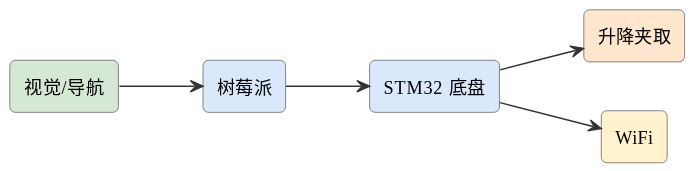
mingyi0818/IntelligentMcuCourse keeps this PlantUML diagram as assets/diagrams/ideas-fig34.svg. Above is the earlier version.
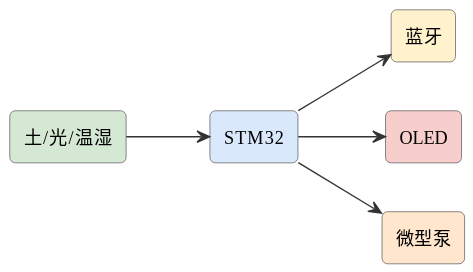
After the change.

What changed in the source:
```diff
@@ -6,13 +6,13 @@
 skinparam arrowFontSize 11
 skinparam arrowColor #333
 left to right direction
-rectangle "视觉/导航" as nav #d5e8d4
-rectangle "树莓派" as pi #dae8fc
-rectangle "STM32 底盘" as stm #dae8fc
-rectangle "升降夹取" as lift #ffe6cc
-rectangle "WiFi" as wifi #fff2cc
-nav --> pi
-pi --> stm
-stm --> lift
-stm --> wifi
+rectangle "土/光/温湿" as s #d5e8d4
+rectangle "STM32" as stm #dae8fc
+rectangle "蓝牙" as bt #fff2cc
+rectangle "OLED" as oled #f8cecc
+rectangle "微型泵" as pump #ffe6cc
+s --> stm
+stm --> bt
+stm --> oled
+stm --> pump
 @enduml
```
